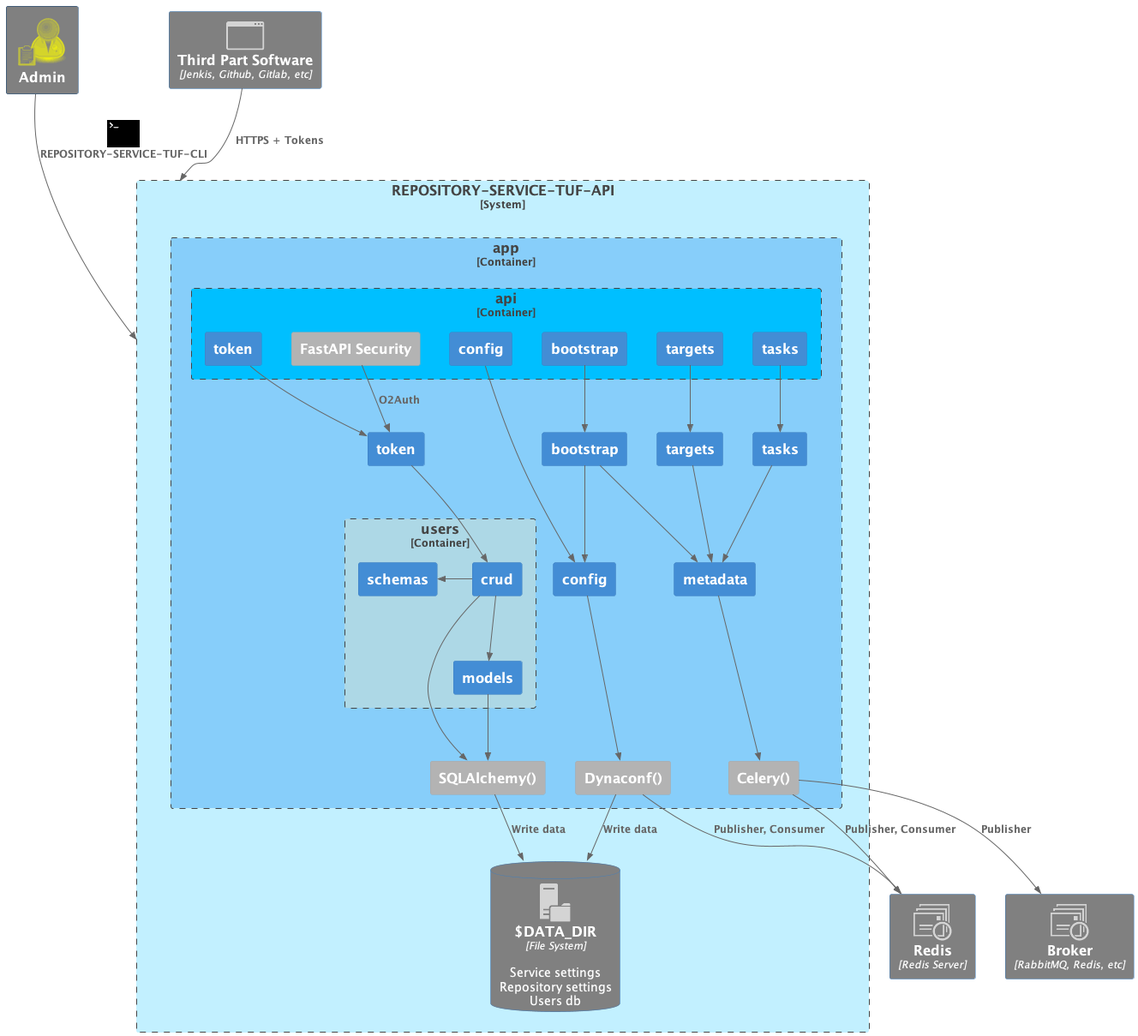
repository-service-tuf/repository-service-tuf-api keeps this PlantUML diagram as docs/source/_static/repository-service-tuf-api-C3.png. Above is the earlier version. Source of this version:
```plantuml
@startuml repository-service-tuf-api-C3
!include https://raw.githubusercontent.com/plantuml-stdlib/C4-PlantUML/master/C4_Component.puml

!define osaPuml https://raw.githubusercontent.com/Crashedmind/PlantUML-opensecurityarchitecture2-icons/master
!include osaPuml/Common.puml
!include osaPuml/User/all.puml

!include <office/Servers/file_server>
!include <office/Servers/application_server>
!include <office/Services/web_services>
!include <office/Concepts/application_generic>
!include <office/Concepts/service_application>
!include <office/Servers/web_server>
!include <office/Communications/queue_viewer>
!include <office/Devices/management_console>
!include <logos/terminal>
!include <office/Security/lock_with_key_security>
!include <office/Concepts/download>


AddPersonTag("admin", $sprite="osa_user_audit,color=yellow", $legendSprite="osa_user_audit,scale=0.25,color=yellow", $legendText="Repository Admins", $bgColor=Gray)
AddPersonTag("user", $sprite="osa_user_green_developer", $legendSprite="osa_user_green_developer,scale=0.25,color=yellow", $legendText="Repository Users", $bgColor=Gray)

AddContainerTag("webui", $sprite="application_server", $legendText="Web UI Interface", $bgColor=Gray)
AddContainerTag("key_service", $sprite="lock_with_key_security", $legendText="Key Service", $bgColor=Gray)
AddContainerTag("storage_service", $sprite="file_server", $legendText="Storage Service", $bgColor=Gray)
AddContainerTag("rest_api", $sprite="web_server", $legendText="Repository REST API")
AddContainerTag("repo_worker", $sprite="service_application", $legendText="Repository Metadata Worker")
AddContainerTag("queue", $sprite="queue_viewer", $legendText="Message Queue")
AddContainerTag("ci_cd", $sprite="application_generic", $legendText="CI/CD, Artfact Management, etc")
AddContainerTag("metadata_web", $sprite="web_services", $legendText="Web exposed TUF Metadata")
AddContainerTag("download_target", $sprite="download", $legendText="Download file/target/package", $bgColor=Gray)
AddContainerTag("terminal", $sprite="terminal,scale=0.5,color=#000000", $legendText="CLI")

AddRelTag("terminal", $textColor="$ARROW_COLOR", $lineColor="$ARROW_COLOR", $sprite="terminal,scale=0.75,color=#000000", $legendText="Repository Service for TUF CLI")
AddRelTag("bowser", $textColor="$ARROW_COLOR", $lineColor="$ARROW_COLOR", $sprite="management_console,scale=0.5", $legendText="Browser")
AddRelTag("download", $textColor="Green", $lineColor="$ARROW_COLOR")
AddRelTag("share", $textColor="orange", $lineColor="grey", $lineStyle = DashedLine())

Person(administration_user, "Admin", $tags="admin") #Grey

System_Boundary(rstuf_rest_api, "REPOSITORY-SERVICE-TUF-API") #APPLICATION {
    Container_Boundary(app, "app")  #LightSkyBlue {
        Container_Boundary(api, "api") #DeepSkyBlue{
            Container_Ext(fast_api_authentication, "FastAPI Security")
            Container(api_config, "config")
            Container(api_bootstrap, "bootstrap")
            Container(api_targets, "targets")
            Container(api_tasks, "tasks")
            Container(api_token, "token")
        }
        Container_Boundary(users, "users", SQL) #LightBlue {
            Container(crud, "crud")
            Container(models, "models")
            Container(schemas, "schemas")

        }
        Container(config, "config")
        Container(bootstrap, "bootstrap")
        Container(targets, "targets")
        Container(token, "token")
        Container(tasks, "tasks")
        Container(metadata, "metadata")

        Container_Ext(celery, "Celery()")
        Container_Ext(sqlalchemy, "SQLAlchemy()")
        Container_Ext(dynaconf, "Dynaconf()")
    }
    ContainerDb(data_dir, "$DATA_DIR", "File System", "Service settings\nRepository settings\nUsers db", $tags="storage_service")
}
Container(broker, "Broker", "RabbitMQ, Redis, etc", $tags="queue") #Grey
Container(redis, "Redis", "Redis Server", $tags="queue") #Grey
Container(ci_cd, "Third Part Software", "Jenkis, Github, Gitlab, etc", $tags="ci_cd") #Grey

Rel(administration_user, rstuf_rest_api, "REPOSITORY-SERVICE-TUF-CLI", $tags="terminal")
Rel(ci_cd, rstuf_rest_api, "HTTPS + Tokens")


Rel(api_bootstrap, bootstrap, " ")
Rel(api_config, config, " ")
Rel(api_targets, targets, " ")
Rel(api_token, token, " ")
Rel(api_tasks, tasks, " ")
Rel(fast_api_authentication, token, "O2Auth")
Rel(targets, metadata, " ")
Rel(bootstrap, metadata, " ")
Rel(tasks, metadata, " ")
Rel(bootstrap, config, " ")
Rel(metadata, celery, " ")
Rel(crud, models, " ")
Rel_L(crud, schemas, " ")
Rel(token, crud, " ")
Rel(models, sqlalchemy, " ")
Rel(crud, sqlalchemy, " ")
Rel(config, dynaconf, " ")
Rel(dynaconf, data_dir, "Write data")
Rel(sqlalchemy, data_dir, "Write data")
Rel(celery, broker, "Publisher")
Rel_D(celery, redis, "Publisher, Consumer")
Rel_D(dynaconf, redis, "Publisher, Consumer")

Lay_R(token, bootstrap)
Lay_R(bootstrap, targets)
Lay_R(sqlalchemy, dynaconf)
Lay_R(dynaconf, celery)

HIDE_STEREOTYPE()
@enduml
```
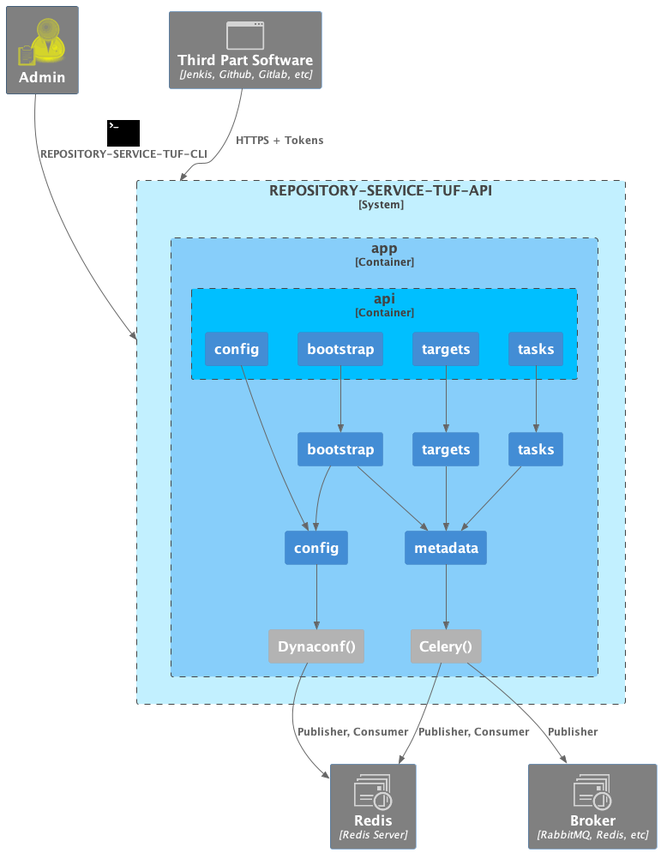
The same file after the commit.

Diff of the diagram source:
```diff
@@ -42,31 +42,20 @@
 System_Boundary(rstuf_rest_api, "REPOSITORY-SERVICE-TUF-API") #APPLICATION {
     Container_Boundary(app, "app")  #LightSkyBlue {
         Container_Boundary(api, "api") #DeepSkyBlue{
-            Container_Ext(fast_api_authentication, "FastAPI Security")
             Container(api_config, "config")
             Container(api_bootstrap, "bootstrap")
             Container(api_targets, "targets")
             Container(api_tasks, "tasks")
-            Container(api_token, "token")
-        }
-        Container_Boundary(users, "users", SQL) #LightBlue {
-            Container(crud, "crud")
-            Container(models, "models")
-            Container(schemas, "schemas")
-
         }
         Container(config, "config")
         Container(bootstrap, "bootstrap")
         Container(targets, "targets")
-        Container(token, "token")
         Container(tasks, "tasks")
         Container(metadata, "metadata")
 
         Container_Ext(celery, "Celery()")
-        Container_Ext(sqlalchemy, "SQLAlchemy()")
         Container_Ext(dynaconf, "Dynaconf()")
     }
-    ContainerDb(data_dir, "$DATA_DIR", "File System", "Service settings\nRepository settings\nUsers db", $tags="storage_service")
 }
 Container(broker, "Broker", "RabbitMQ, Redis, etc", $tags="queue") #Grey
 Container(redis, "Redis", "Redis Server", $tags="queue") #Grey
@@ -79,29 +68,18 @@
 Rel(api_bootstrap, bootstrap, " ")
 Rel(api_config, config, " ")
 Rel(api_targets, targets, " ")
-Rel(api_token, token, " ")
 Rel(api_tasks, tasks, " ")
-Rel(fast_api_authentication, token, "O2Auth")
 Rel(targets, metadata, " ")
 Rel(bootstrap, metadata, " ")
 Rel(tasks, metadata, " ")
 Rel(bootstrap, config, " ")
 Rel(metadata, celery, " ")
-Rel(crud, models, " ")
-Rel_L(crud, schemas, " ")
-Rel(token, crud, " ")
-Rel(models, sqlalchemy, " ")
-Rel(crud, sqlalchemy, " ")
 Rel(config, dynaconf, " ")
-Rel(dynaconf, data_dir, "Write data")
-Rel(sqlalchemy, data_dir, "Write data")
 Rel(celery, broker, "Publisher")
 Rel_D(celery, redis, "Publisher, Consumer")
 Rel_D(dynaconf, redis, "Publisher, Consumer")
 
-Lay_R(token, bootstrap)
 Lay_R(bootstrap, targets)
-Lay_R(sqlalchemy, dynaconf)
 Lay_R(dynaconf, celery)
 
 HIDE_STEREOTYPE()
```
